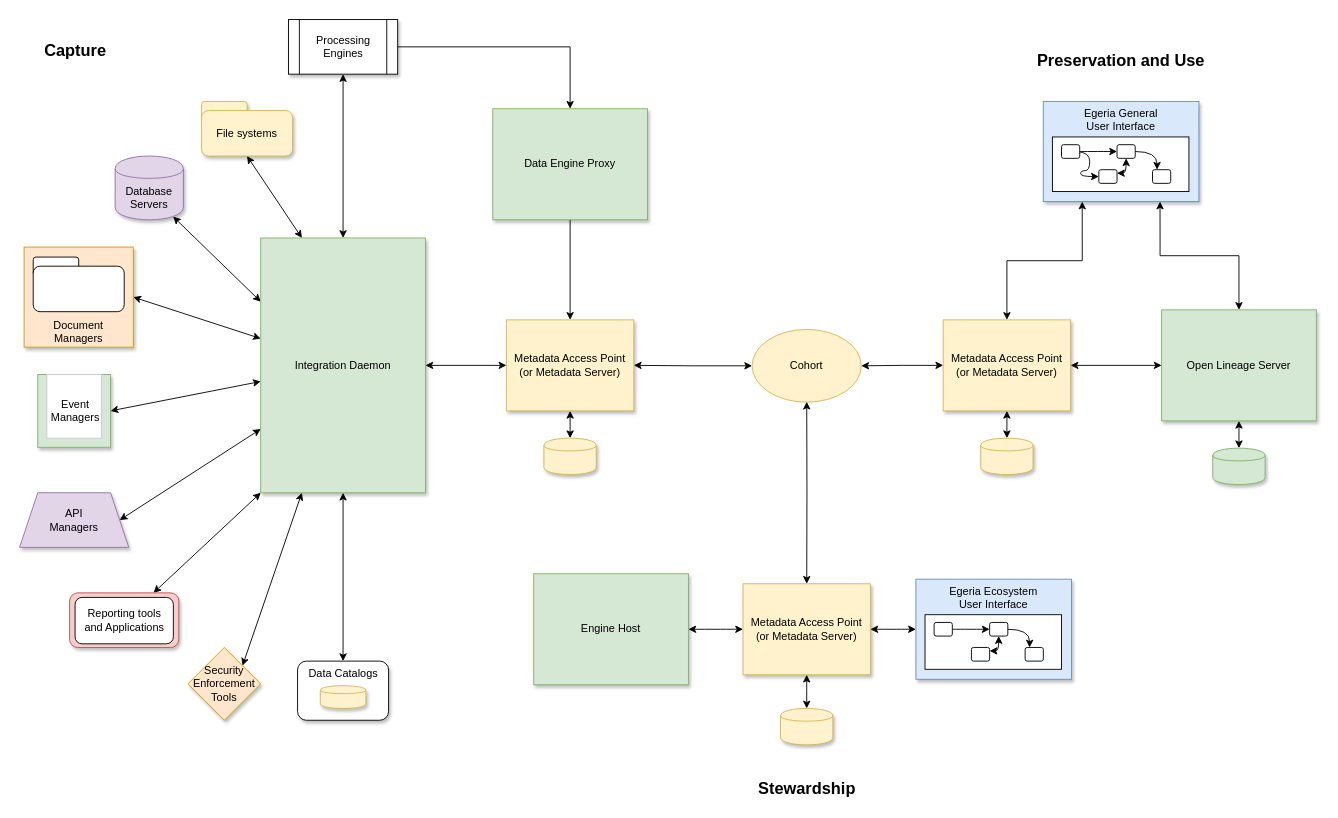
Above: page "architecture" (1 of 8) of site/docs/features/lineage-management/lineage.drawio in odpi/egeria-docs (draw.io), before the change. Source tidied: cells renumbered, new cells numbered last; positions are measured from the earlier drawing's top-left corner, leaving out a move shared by most shapes. Both pictures are drawn from the tidied source at 91%, with x=0, y=0 at pixel (19, 19).
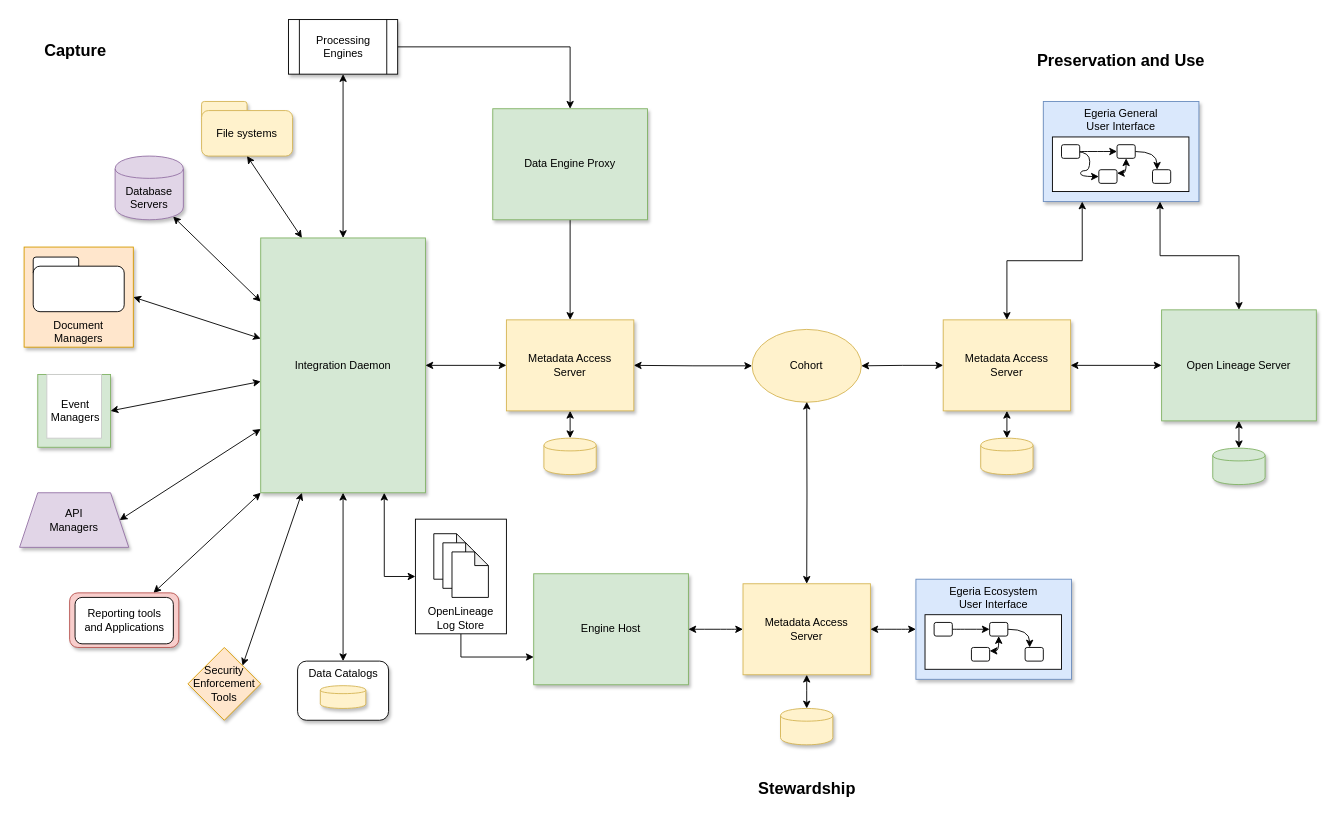
The same page after the edit.

Unchanged cells that the change refers to:
```xml
<mxCell id="6" value="Integration Daemon" style="rounded=0;whiteSpace=wrap;html=1;verticalAlign=middle;fillColor=#d5e8d4;strokeColor=#82b366;shadow=1;align=center;" parent="1" vertex="1">
  <mxGeometry x="265" y="240" width="181" height="280" as="geometry" />
</mxCell>
<mxCell id="75" value="Engine Host" style="rounded=0;whiteSpace=wrap;html=1;verticalAlign=middle;fillColor=#d5e8d4;strokeColor=#82b366;shadow=1;" parent="1" vertex="1">
  <mxGeometry x="565" y="609" width="170" height="122" as="geometry" />
</mxCell>
```

Change to the diagram source:
```diff
@@
+    <mxCell id="79" style="edgeStyle=orthogonalEdgeStyle;rounded=0;jettySize=auto;html=1;exitX=0.75;exitY=1;exitDx=0;exitDy=0;entryX=0;entryY=0.5;entryDx=0;entryDy=0;startArrow=classic;startFill=1;" parent="1" edge="1" source="6" target="81">
+      <mxGeometry relative="1" as="geometry" />
+    </mxCell>
@@
-    <mxCell id="8" value="Metadata Access Point (or Metadata Server)" style="rounded=0;whiteSpace=wrap;html=1;verticalAlign=middle;fillColor=#fff2cc;strokeColor=#d6b656;shadow=1;align=center;" parent="1" vertex="1">
+    <mxCell id="8" value="Metadata Access&lt;br&gt;Server" style="rounded=0;whiteSpace=wrap;html=1;verticalAlign=middle;fillColor=#fff2cc;strokeColor=#d6b656;shadow=1;align=center;" parent="1" vertex="1">
       <mxGeometry x="535" y="330" width="140" height="100" as="geometry" />
     </mxCell>
@@
-    <mxCell id="41" value="Metadata Access Point (or Metadata Server)" style="rounded=0;whiteSpace=wrap;html=1;verticalAlign=middle;fillColor=#fff2cc;strokeColor=#d6b656;shadow=1;align=center;" parent="1" vertex="1">
+    <mxCell id="41" value="Metadata Access&lt;br&gt;Server" style="rounded=0;whiteSpace=wrap;html=1;verticalAlign=middle;fillColor=#fff2cc;strokeColor=#d6b656;shadow=1;align=center;" parent="1" vertex="1">
       <mxGeometry x="1015" y="330" width="140" height="100" as="geometry" />
     </mxCell>
@@
-    <mxCell id="71" value="Metadata Access Point (or Metadata Server)" style="rounded=0;whiteSpace=wrap;html=1;verticalAlign=middle;fillColor=#fff2cc;strokeColor=#d6b656;shadow=1;align=center;" parent="1" vertex="1">
+    <mxCell id="71" value="Metadata Access&lt;br&gt;Server" style="rounded=0;whiteSpace=wrap;html=1;verticalAlign=middle;fillColor=#fff2cc;strokeColor=#d6b656;shadow=1;align=center;" parent="1" vertex="1">
       <mxGeometry x="795" y="620" width="140" height="100" as="geometry" />
     </mxCell>
@@
+    <mxCell id="80" style="edgeStyle=orthogonalEdgeStyle;rounded=0;jettySize=auto;html=1;entryX=0;entryY=0.75;entryDx=0;entryDy=0;exitX=0.5;exitY=1;exitDx=0;exitDy=0;" parent="1" edge="1" source="81" target="75">
+      <mxGeometry relative="1" as="geometry" />
+    </mxCell>
+    <mxCell id="81" value="OpenLineage&lt;br&gt;Log Store" style="rounded=0;whiteSpace=wrap;html=1;fontFamily=Helvetica;fontSize=12;fontColor=#000000;align=center;verticalAlign=bottom;" parent="1" vertex="1">
+      <mxGeometry x="435" y="549" width="100" height="126" as="geometry" />
+    </mxCell>
+    <mxCell id="82" style="shape=note;whiteSpace=wrap;html=1;backgroundOutline=1;darkOpacity=0.05;fontFamily=Helvetica;fontSize=24;fontColor=#000000;align=center;size=15;" parent="1" vertex="1">
+      <mxGeometry x="455.2" y="565" width="40" height="50" as="geometry" />
+    </mxCell>
+    <mxCell id="83" style="shape=note;whiteSpace=wrap;html=1;backgroundOutline=1;darkOpacity=0.05;fontFamily=Helvetica;fontSize=24;fontColor=#000000;align=center;size=15;" parent="1" vertex="1">
+      <mxGeometry x="465.2" y="575" width="40" height="50" as="geometry" />
+    </mxCell>
+    <mxCell id="84" style="shape=note;whiteSpace=wrap;html=1;backgroundOutline=1;darkOpacity=0.05;fontFamily=Helvetica;fontSize=24;fontColor=#000000;align=center;size=15;" parent="1" vertex="1">
+      <mxGeometry x="475.2" y="585" width="40" height="50" as="geometry" />
+    </mxCell>
```
